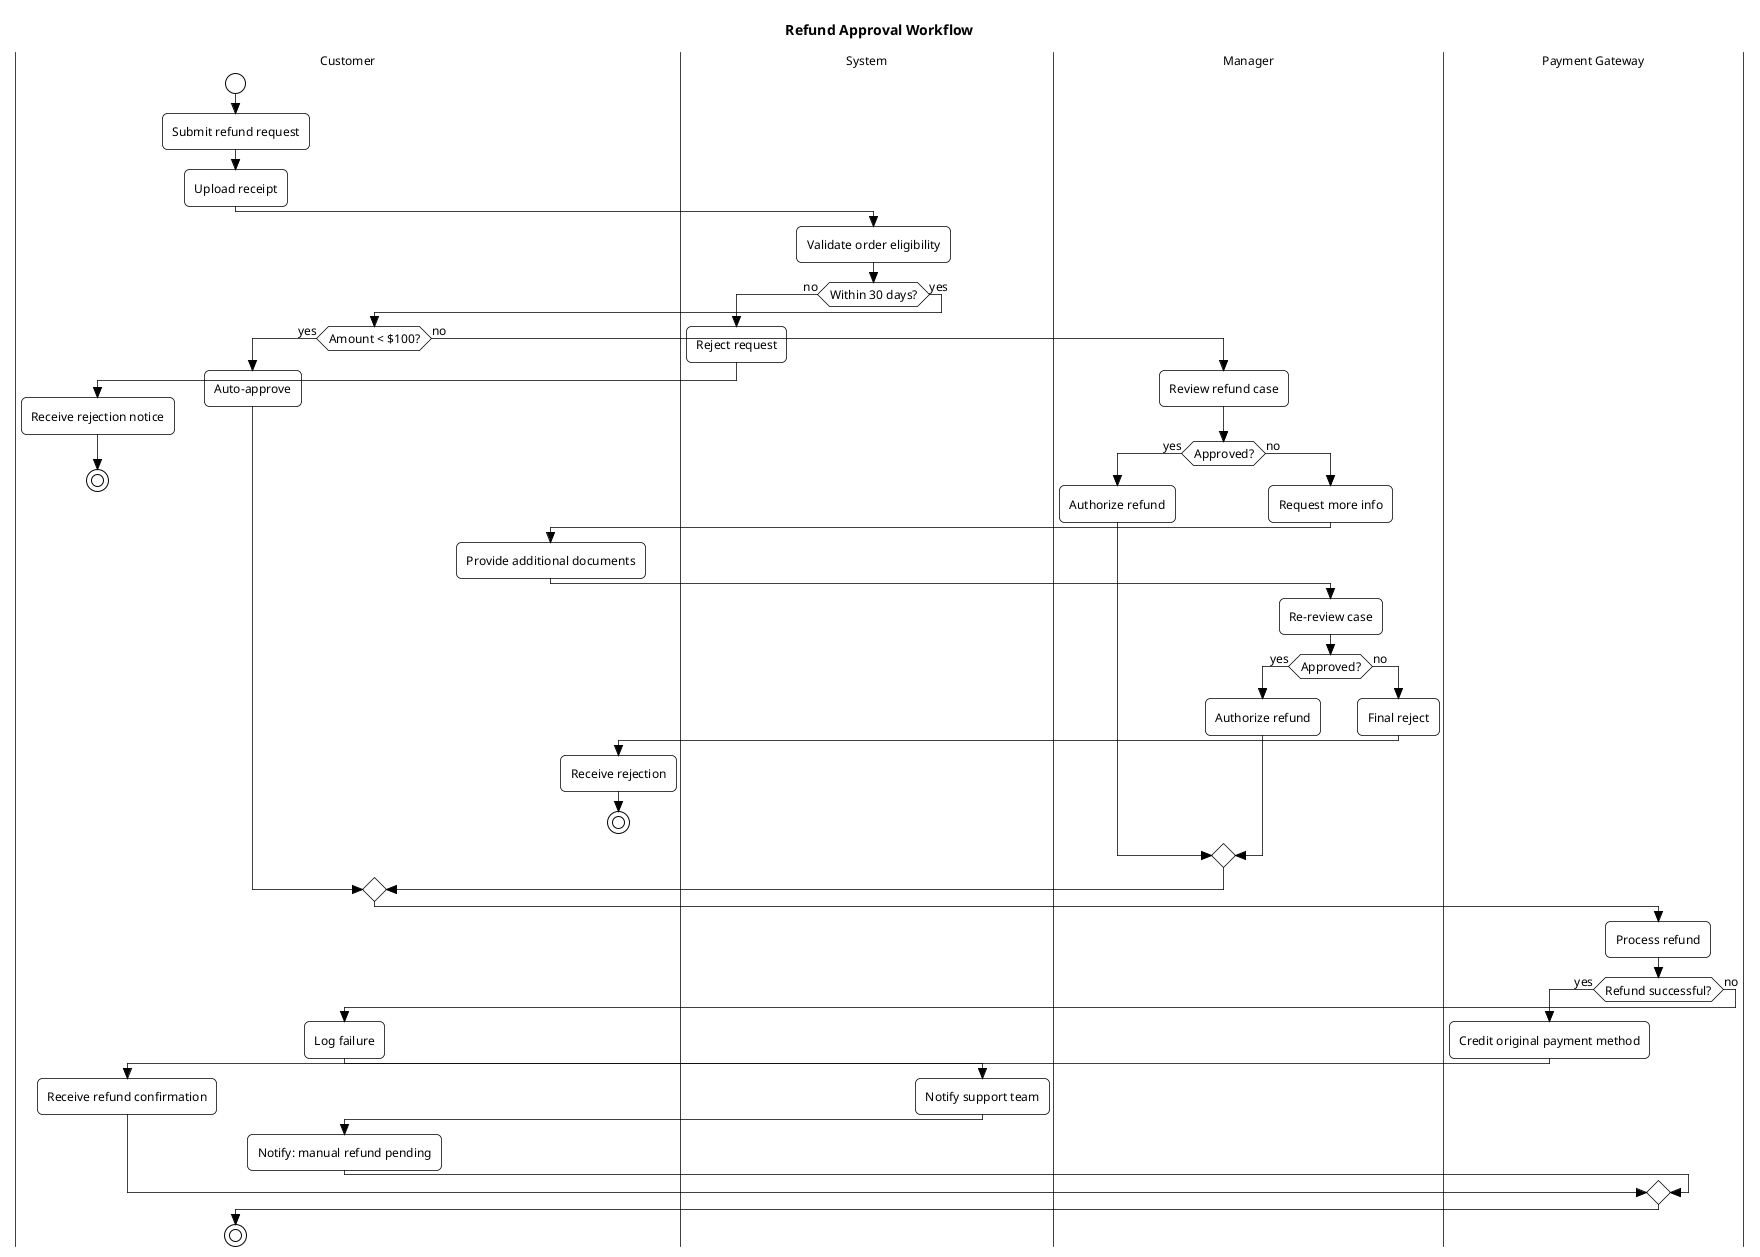
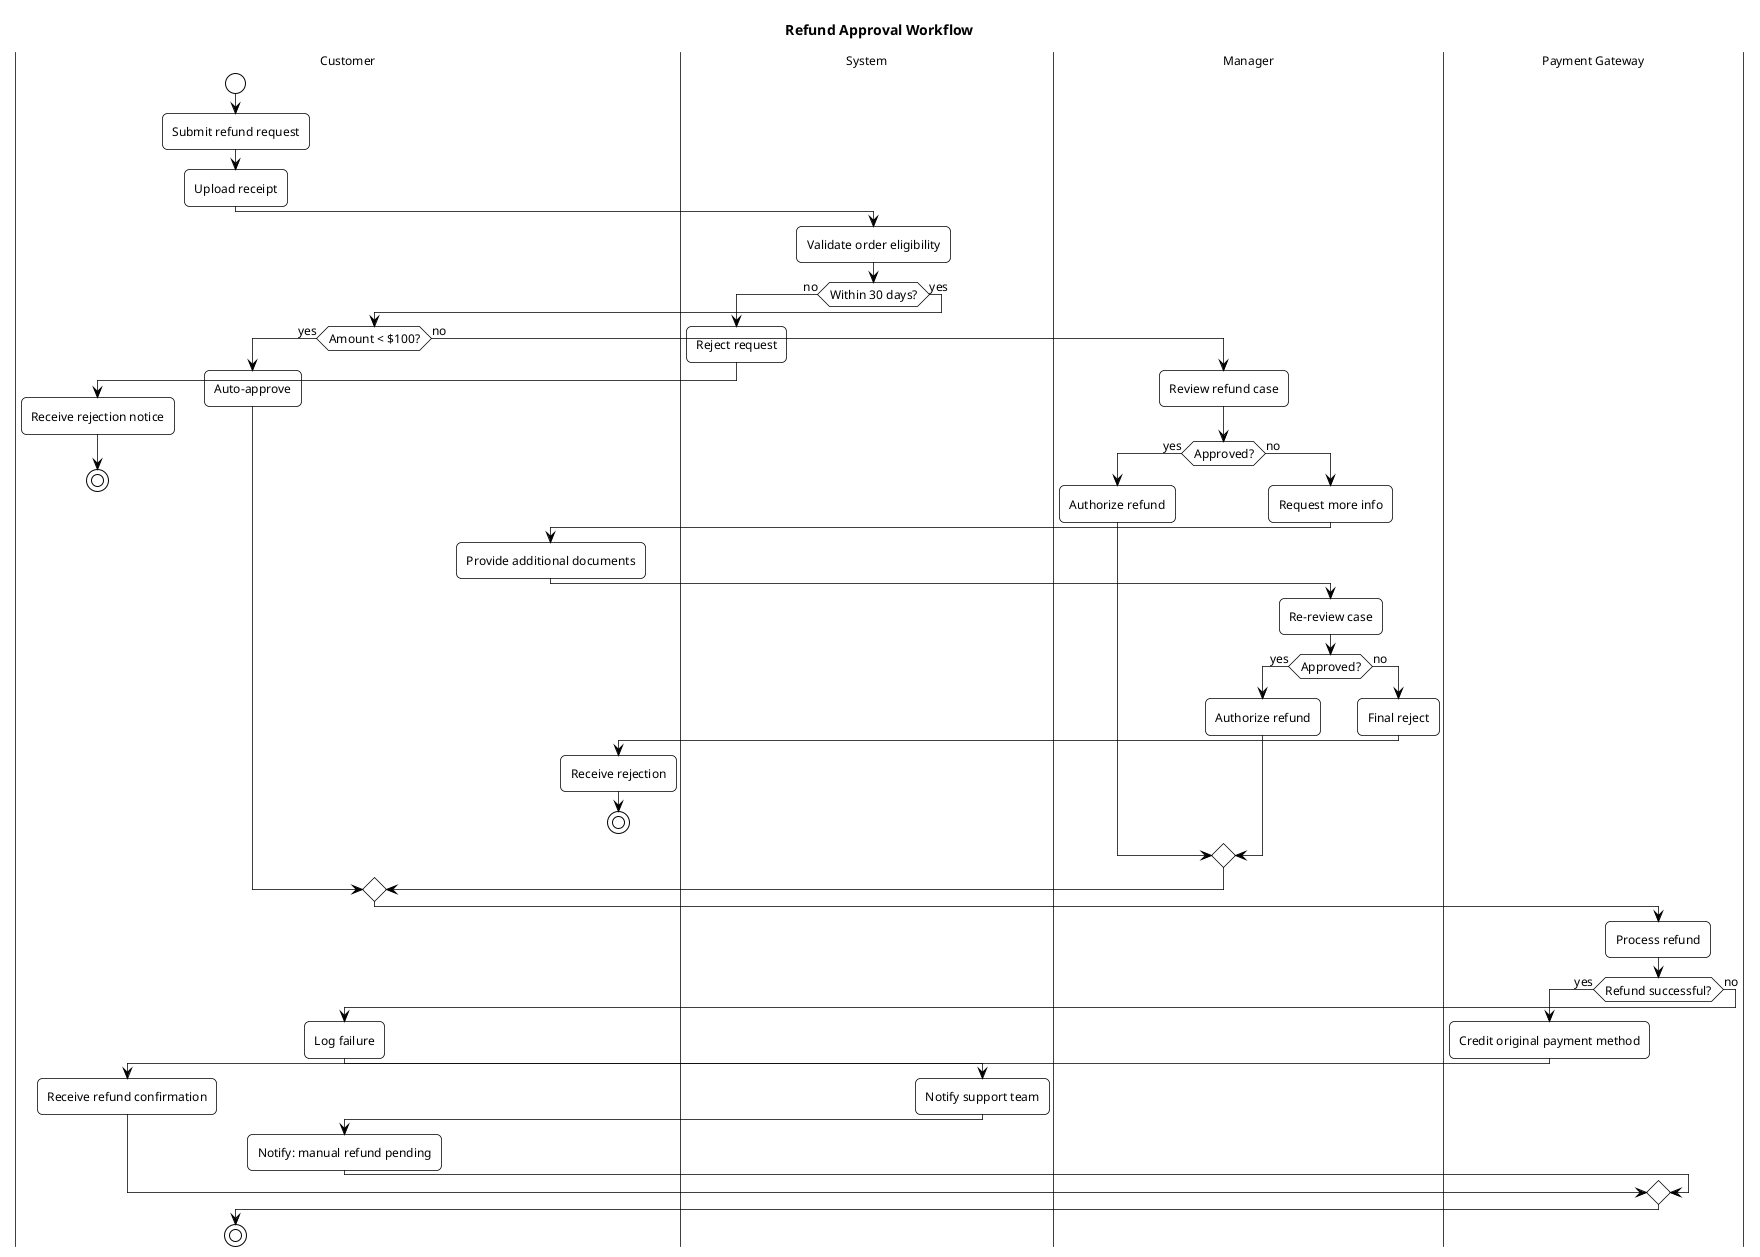
@startuml
' uml-diagrams.org reference style — CSS variant (plantuml.com <style> syntax)
<style>
root {
  FontName Helvetica
  FontSize 12
  FontColor #000000
  BackGroundColor #FFFFFF
  LineColor #000000
  LineThickness 0.75
  RoundCorner 0
  Shadowing 0
}

title {
  FontSize 14
  FontStyle bold
  FontColor #000000
  BackGroundColor transparent
  LineColor transparent
  LineThickness 0
}

note {
  BackGroundColor #FFFFFF
  LineColor #000000
  FontColor #000000
}

activityDiagram {
  activity { BackGroundColor #FFFFFF; LineColor #000000; FontColor #000000; RoundCorner 10 }
  arrow    { LineColor #000000; LineThickness 0.75 }
  diamond  { BackGroundColor #FFFFFF; LineColor #000000 }
}
</style>
- 
- ' These two settings have no CSS equivalent yet — keep as skinparam:
- skinparam style strictuml
- skinparam classAttributeIconSize 0

title Refund Approval Workflow

|Customer|
start
:Submit refund request;
:Upload receipt;

|System|
:Validate order eligibility;
if (Within 30 days?) then (no)
    :Reject request;
    |Customer|
    :Receive rejection notice;
    stop
else (yes)
    if (Amount < $100?) then (yes)
        :Auto-approve;
    else (no)
        |Manager|
        :Review refund case;
        if (Approved?) then (yes)
            :Authorize refund;
        else (no)
            :Request more info;
            |Customer|
            :Provide additional documents;
            |Manager|
            :Re-review case;
            if (Approved?) then (yes)
                :Authorize refund;
            else (no)
                :Final reject;
                |Customer|
                :Receive rejection;
                stop
            endif
        endif
    endif
endif

|Payment Gateway|
:Process refund;
if (Refund successful?) then (yes)
    :Credit original payment method;
    |Customer|
    :Receive refund confirmation;
else (no)
    :Log failure;
    |System|
    :Notify support team;
    |Customer|
    :Notify: manual refund pending;
endif

stop
@enduml
